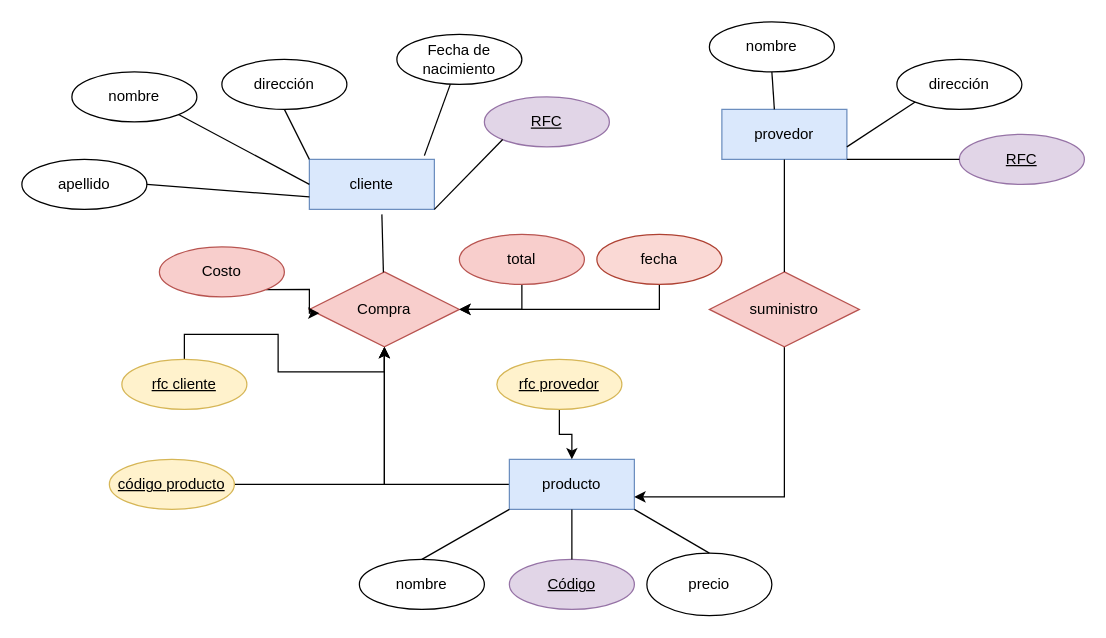
This is primero.drawio from abraham137-pixel/base-de-datos, a draw.io file, before an edit. Source tidied: cells renumbered, new cells numbered last; positions are measured from the earlier drawing's top-left corner, leaving out a move shared by most shapes. Both pictures are drawn from the tidied source at 125%, with x=0, y=0 at pixel (21, 21).
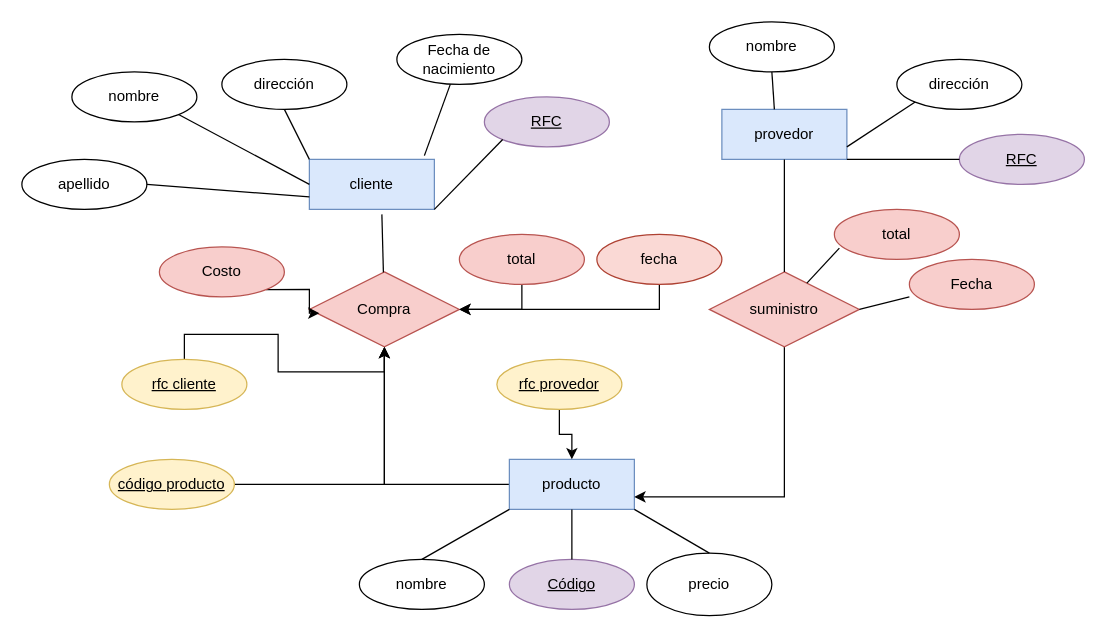
The same page after the edit.

The change refers to these unchanged cells:
```xml
<mxCell id="31" value="suministro" style="shape=rhombus;perimeter=rhombusPerimeter;whiteSpace=wrap;html=1;align=center;fillColor=#f8cecc;strokeColor=#b85450;" parent="1" vertex="1">
  <mxGeometry x="550" y="200" width="120" height="60" as="geometry" />
</mxCell>
```

Change to the diagram source:
```diff
@@
+    <mxCell id="45" value="total" style="ellipse;whiteSpace=wrap;html=1;align=center;fillColor=#f8cecc;strokeColor=#b85450;" parent="1" vertex="1">
+      <mxGeometry x="650" y="150" width="100" height="40" as="geometry" />
+    </mxCell>
+    <mxCell id="46" value="Fecha" style="ellipse;whiteSpace=wrap;html=1;align=center;fillColor=#f8cecc;strokeColor=#b85450;" parent="1" vertex="1">
+      <mxGeometry x="710" y="190" width="100" height="40" as="geometry" />
+    </mxCell>
+    <mxCell id="47" style="endArrow=none;html=1;rounded=0;entryX=0;entryY=0.75;entryDx=0;entryDy=0;entryPerimeter=0;exitX=1;exitY=0.5;exitDx=0;exitDy=0;" parent="1" edge="1" source="31" target="46">
+      <mxGeometry relative="1" as="geometry" />
+    </mxCell>
+    <mxCell id="48" style="endArrow=none;html=1;rounded=0;entryX=0.04;entryY=0.775;entryDx=0;entryDy=0;entryPerimeter=0;exitX=0.65;exitY=0.15;exitDx=0;exitDy=0;exitPerimeter=0;" parent="1" edge="1" source="31" target="45">
+      <mxGeometry relative="1" as="geometry" />
+    </mxCell>
```
